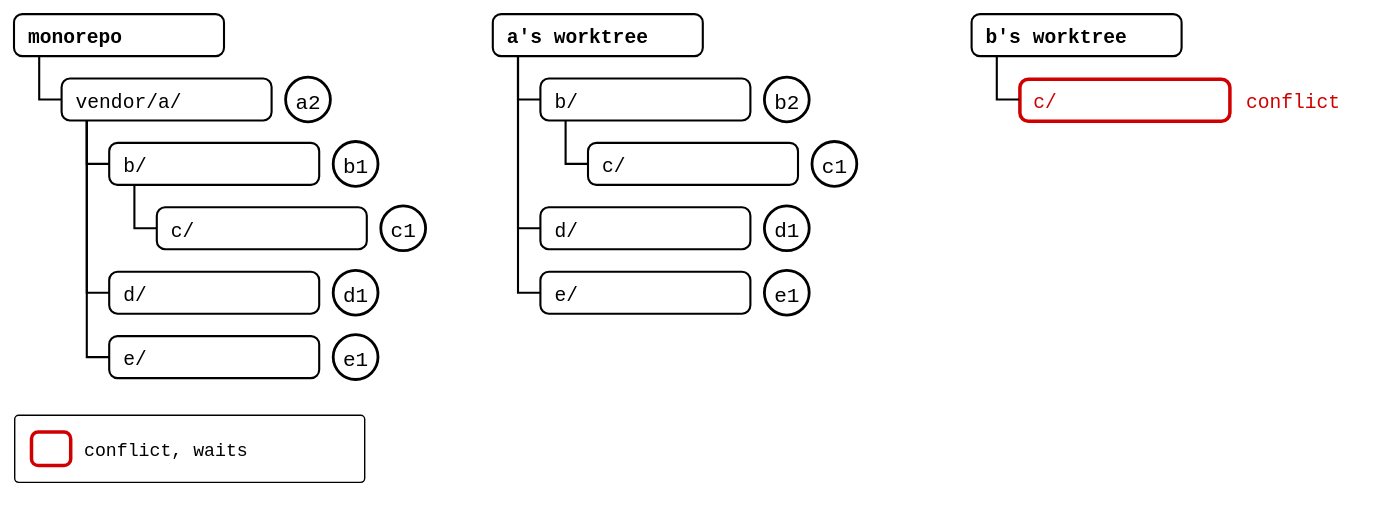
Before: docs/09-scenarios/05-nested-splices/05-recursive-pull/tree-c-conflicts.drawio.svg, a diagram exported from draw.io (roschaefer/git-splice). Source tidied: cells renumbered, new cells last; positions are measured from the earlier drawing's top-left corner, leaving out a move shared by most shapes. The source it was exported from:
```xml
<mxGraphModel background="#ffffff">
  <root>
    <mxCell id="0" />
    <mxCell id="1" parent="0" />
    <mxCell id="2" value="monorepo" style="rounded=1;arcSize=20;strokeWidth=1.5;fontSize=14;align=left;spacingLeft=8;fontFamily=Roboto Mono,monospace;fontStyle=1;" parent="1" vertex="1">
      <mxGeometry width="150" height="30" as="geometry" />
    </mxCell>
    <mxCell id="3" value="vendor/a/" style="rounded=1;arcSize=20;strokeWidth=1.5;fontSize=14;align=left;spacingLeft=8;fontFamily=Roboto Mono,monospace;" parent="1" vertex="1">
      <mxGeometry x="34" y="46" width="150" height="30" as="geometry" />
    </mxCell>
    <mxCell id="4" style="edgeStyle=orthogonalEdgeStyle;rounded=0;endArrow=none;html=1;strokeWidth=1.5;exitX=0.12;exitY=1;exitDx=0;exitDy=0;entryX=0;entryY=0.5;entryDx=0;entryDy=0;" parent="1" edge="1" source="2" target="3">
      <mxGeometry relative="1" as="geometry" />
    </mxCell>
    <mxCell id="5" value="a2" style="ellipse;strokeWidth=2;fontSize=15;fontFamily=Roboto Mono,monospace;" parent="1" vertex="1">
      <mxGeometry x="194" y="45" width="32" height="32" as="geometry" />
    </mxCell>
    <mxCell id="6" value="b/" style="rounded=1;arcSize=20;strokeWidth=1.5;fontSize=14;align=left;spacingLeft=8;fontFamily=Roboto Mono,monospace;" parent="1" vertex="1">
      <mxGeometry x="68" y="92" width="150" height="30" as="geometry" />
    </mxCell>
    <mxCell id="7" style="edgeStyle=orthogonalEdgeStyle;rounded=0;endArrow=none;html=1;strokeWidth=1.5;exitX=0.12;exitY=1;exitDx=0;exitDy=0;entryX=0;entryY=0.5;entryDx=0;entryDy=0;" parent="1" edge="1" source="3" target="6">
      <mxGeometry relative="1" as="geometry" />
    </mxCell>
    <mxCell id="8" value="b1" style="ellipse;strokeWidth=2;fontSize=15;fontFamily=Roboto Mono,monospace;" parent="1" vertex="1">
      <mxGeometry x="228" y="91" width="32" height="32" as="geometry" />
    </mxCell>
    <mxCell id="9" value="c/" style="rounded=1;arcSize=20;strokeWidth=1.5;fontSize=14;align=left;spacingLeft=8;fontFamily=Roboto Mono,monospace;" parent="1" vertex="1">
      <mxGeometry x="102" y="138" width="150" height="30" as="geometry" />
    </mxCell>
    <mxCell id="10" style="edgeStyle=orthogonalEdgeStyle;rounded=0;endArrow=none;html=1;strokeWidth=1.5;exitX=0.12;exitY=1;exitDx=0;exitDy=0;entryX=0;entryY=0.5;entryDx=0;entryDy=0;" parent="1" edge="1" source="6" target="9">
      <mxGeometry relative="1" as="geometry" />
    </mxCell>
    <mxCell id="11" value="c1" style="ellipse;strokeWidth=2;fontSize=15;fontFamily=Roboto Mono,monospace;" parent="1" vertex="1">
      <mxGeometry x="262" y="137" width="32" height="32" as="geometry" />
    </mxCell>
    <mxCell id="12" value="d/" style="rounded=1;arcSize=20;strokeWidth=1.5;fontSize=14;align=left;spacingLeft=8;fontFamily=Roboto Mono,monospace;" parent="1" vertex="1">
      <mxGeometry x="68" y="184" width="150" height="30" as="geometry" />
    </mxCell>
    <mxCell id="13" style="edgeStyle=orthogonalEdgeStyle;rounded=0;endArrow=none;html=1;strokeWidth=1.5;exitX=0.12;exitY=1;exitDx=0;exitDy=0;entryX=0;entryY=0.5;entryDx=0;entryDy=0;" parent="1" edge="1" source="3" target="12">
      <mxGeometry relative="1" as="geometry" />
    </mxCell>
    <mxCell id="14" value="d1" style="ellipse;strokeWidth=2;fontSize=15;fontFamily=Roboto Mono,monospace;" parent="1" vertex="1">
      <mxGeometry x="228" y="183" width="32" height="32" as="geometry" />
    </mxCell>
    <mxCell id="15" value="e/" style="rounded=1;arcSize=20;strokeWidth=1.5;fontSize=14;align=left;spacingLeft=8;fontFamily=Roboto Mono,monospace;" parent="1" vertex="1">
      <mxGeometry x="68" y="230" width="150" height="30" as="geometry" />
    </mxCell>
    <mxCell id="16" style="edgeStyle=orthogonalEdgeStyle;rounded=0;endArrow=none;html=1;strokeWidth=1.5;exitX=0.12;exitY=1;exitDx=0;exitDy=0;entryX=0;entryY=0.5;entryDx=0;entryDy=0;" parent="1" edge="1" source="3" target="15">
      <mxGeometry relative="1" as="geometry" />
    </mxCell>
    <mxCell id="17" value="e1" style="ellipse;strokeWidth=2;fontSize=15;fontFamily=Roboto Mono,monospace;" parent="1" vertex="1">
      <mxGeometry x="228" y="229" width="32" height="32" as="geometry" />
    </mxCell>
    <mxCell id="18" value="a's worktree" style="rounded=1;arcSize=20;strokeWidth=1.5;fontSize=14;align=left;spacingLeft=8;fontFamily=Roboto Mono,monospace;fontStyle=1;" parent="1" vertex="1">
      <mxGeometry x="342" width="150" height="30" as="geometry" />
    </mxCell>
    <mxCell id="19" value="b/" style="rounded=1;arcSize=20;strokeWidth=1.5;fontSize=14;align=left;spacingLeft=8;fontFamily=Roboto Mono,monospace;" parent="1" vertex="1">
      <mxGeometry x="376" y="46" width="150" height="30" as="geometry" />
    </mxCell>
    <mxCell id="20" style="edgeStyle=orthogonalEdgeStyle;rounded=0;endArrow=none;html=1;strokeWidth=1.5;exitX=0.12;exitY=1;exitDx=0;exitDy=0;entryX=0;entryY=0.5;entryDx=0;entryDy=0;" parent="1" edge="1" source="18" target="19">
      <mxGeometry relative="1" as="geometry" />
    </mxCell>
    <mxCell id="21" value="b2" style="ellipse;strokeWidth=2;fontSize=15;fontFamily=Roboto Mono,monospace;" parent="1" vertex="1">
      <mxGeometry x="536" y="45" width="32" height="32" as="geometry" />
    </mxCell>
    <mxCell id="22" value="c/" style="rounded=1;arcSize=20;strokeWidth=1.5;fontSize=14;align=left;spacingLeft=8;fontFamily=Roboto Mono,monospace;" parent="1" vertex="1">
      <mxGeometry x="410" y="92" width="150" height="30" as="geometry" />
    </mxCell>
    <mxCell id="23" style="edgeStyle=orthogonalEdgeStyle;rounded=0;endArrow=none;html=1;strokeWidth=1.5;exitX=0.12;exitY=1;exitDx=0;exitDy=0;entryX=0;entryY=0.5;entryDx=0;entryDy=0;" parent="1" edge="1" source="19" target="22">
      <mxGeometry relative="1" as="geometry" />
    </mxCell>
    <mxCell id="24" value="c1" style="ellipse;strokeWidth=2;fontSize=15;fontFamily=Roboto Mono,monospace;" parent="1" vertex="1">
      <mxGeometry x="570" y="91" width="32" height="32" as="geometry" />
    </mxCell>
    <mxCell id="25" value="d/" style="rounded=1;arcSize=20;strokeWidth=1.5;fontSize=14;align=left;spacingLeft=8;fontFamily=Roboto Mono,monospace;" parent="1" vertex="1">
      <mxGeometry x="376" y="138" width="150" height="30" as="geometry" />
    </mxCell>
    <mxCell id="26" style="edgeStyle=orthogonalEdgeStyle;rounded=0;endArrow=none;html=1;strokeWidth=1.5;exitX=0.12;exitY=1;exitDx=0;exitDy=0;entryX=0;entryY=0.5;entryDx=0;entryDy=0;" parent="1" edge="1" source="18" target="25">
      <mxGeometry relative="1" as="geometry" />
    </mxCell>
    <mxCell id="27" value="d1" style="ellipse;strokeWidth=2;fontSize=15;fontFamily=Roboto Mono,monospace;" parent="1" vertex="1">
      <mxGeometry x="536" y="137" width="32" height="32" as="geometry" />
    </mxCell>
    <mxCell id="28" value="e/" style="rounded=1;arcSize=20;strokeWidth=1.5;fontSize=14;align=left;spacingLeft=8;fontFamily=Roboto Mono,monospace;" parent="1" vertex="1">
      <mxGeometry x="376" y="184" width="150" height="30" as="geometry" />
    </mxCell>
    <mxCell id="29" style="edgeStyle=orthogonalEdgeStyle;rounded=0;endArrow=none;html=1;strokeWidth=1.5;exitX=0.12;exitY=1;exitDx=0;exitDy=0;entryX=0;entryY=0.5;entryDx=0;entryDy=0;" parent="1" edge="1" source="18" target="28">
      <mxGeometry relative="1" as="geometry" />
    </mxCell>
    <mxCell id="30" value="e1" style="ellipse;strokeWidth=2;fontSize=15;fontFamily=Roboto Mono,monospace;" parent="1" vertex="1">
      <mxGeometry x="536" y="183" width="32" height="32" as="geometry" />
    </mxCell>
    <mxCell id="31" value="b's worktree" style="rounded=1;arcSize=20;strokeWidth=1.5;fontSize=14;align=left;spacingLeft=8;fontFamily=Roboto Mono,monospace;fontStyle=1;" parent="1" vertex="1">
      <mxGeometry x="684" width="150" height="30" as="geometry" />
    </mxCell>
    <mxCell id="32" value="c/" style="rounded=1;arcSize=20;strokeWidth=1.5;fontSize=14;align=left;spacingLeft=8;fontFamily=Roboto Mono,monospace;strokeColor=#D00000;strokeWidth=2.5;fontColor=#D00000;" parent="1" vertex="1">
      <mxGeometry x="718" y="46" width="150" height="30" as="geometry" />
    </mxCell>
    <mxCell id="33" style="edgeStyle=orthogonalEdgeStyle;rounded=0;endArrow=none;html=1;strokeWidth=1.5;exitX=0.12;exitY=1;exitDx=0;exitDy=0;entryX=0;entryY=0.5;entryDx=0;entryDy=0;" parent="1" edge="1" source="31" target="32">
      <mxGeometry relative="1" as="geometry" />
    </mxCell>
    <mxCell id="34" value="conflict" style="text;fontSize=14;align=left;verticalAlign=middle;fontColor=#D00000;fontFamily=Roboto Mono,monospace;" parent="1" vertex="1">
      <mxGeometry x="878" y="46" width="90" height="30" as="geometry" />
    </mxCell>
    <mxCell id="35" style="rounded=1;arcSize=6;fillColor=none;strokeWidth=1;dashed=0;" parent="1" vertex="1">
      <mxGeometry y="286" width="250" height="48" as="geometry" />
    </mxCell>
    <mxCell id="36" style="rounded=1;arcSize=20;strokeWidth=2.5;strokeColor=#D00000;" parent="1" vertex="1">
      <mxGeometry x="12" y="298" width="28" height="24" as="geometry" />
    </mxCell>
    <mxCell id="37" value="conflict, waits" style="text;fontSize=13;align=left;verticalAlign=middle;fontFamily=Roboto Mono,monospace;" parent="1" vertex="1">
      <mxGeometry x="48" y="296" width="180" height="28" as="geometry" />
    </mxCell>
  </root>
</mxGraphModel>
```
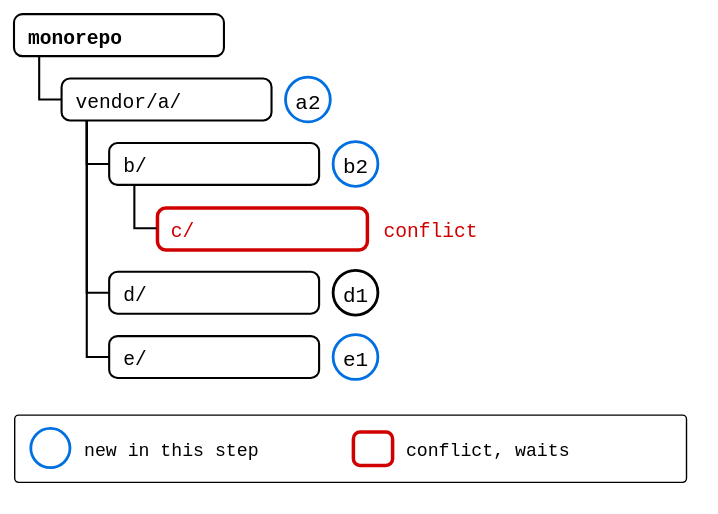
The same file after the commit.

What changed in the source:
```diff
@@ -11,7 +11,7 @@
     <mxCell id="4" style="edgeStyle=orthogonalEdgeStyle;rounded=0;endArrow=none;html=1;strokeWidth=1.5;exitX=0.12;exitY=1;exitDx=0;exitDy=0;entryX=0;entryY=0.5;entryDx=0;entryDy=0;" parent="1" edge="1" source="2" target="3">
       <mxGeometry relative="1" as="geometry" />
     </mxCell>
-    <mxCell id="5" value="a2" style="ellipse;strokeWidth=2;fontSize=15;fontFamily=Roboto Mono,monospace;" parent="1" vertex="1">
+    <mxCell id="5" value="a2" style="ellipse;strokeWidth=2;fontSize=15;fontFamily=Roboto Mono,monospace;strokeColor=#0070E0;" parent="1" vertex="1">
       <mxGeometry x="194" y="45" width="32" height="32" as="geometry" />
     </mxCell>
     <mxCell id="6" value="b/" style="rounded=1;arcSize=20;strokeWidth=1.5;fontSize=14;align=left;spacingLeft=8;fontFamily=Roboto Mono,monospace;" parent="1" vertex="1">
@@ -20,18 +20,18 @@
     <mxCell id="7" style="edgeStyle=orthogonalEdgeStyle;rounded=0;endArrow=none;html=1;strokeWidth=1.5;exitX=0.12;exitY=1;exitDx=0;exitDy=0;entryX=0;entryY=0.5;entryDx=0;entryDy=0;" parent="1" edge="1" source="3" target="6">
       <mxGeometry relative="1" as="geometry" />
     </mxCell>
-    <mxCell id="8" value="b1" style="ellipse;strokeWidth=2;fontSize=15;fontFamily=Roboto Mono,monospace;" parent="1" vertex="1">
+    <mxCell id="8" value="b2" style="ellipse;strokeWidth=2;fontSize=15;fontFamily=Roboto Mono,monospace;strokeColor=#0070E0;" parent="1" vertex="1">
       <mxGeometry x="228" y="91" width="32" height="32" as="geometry" />
     </mxCell>
-    <mxCell id="9" value="c/" style="rounded=1;arcSize=20;strokeWidth=1.5;fontSize=14;align=left;spacingLeft=8;fontFamily=Roboto Mono,monospace;" parent="1" vertex="1">
+    <mxCell id="9" value="c/" style="rounded=1;arcSize=20;strokeWidth=1.5;fontSize=14;align=left;spacingLeft=8;fontFamily=Roboto Mono,monospace;strokeColor=#D00000;strokeWidth=2.5;fontColor=#D00000;" parent="1" vertex="1">
       <mxGeometry x="102" y="138" width="150" height="30" as="geometry" />
     </mxCell>
     <mxCell id="10" style="edgeStyle=orthogonalEdgeStyle;rounded=0;endArrow=none;html=1;strokeWidth=1.5;exitX=0.12;exitY=1;exitDx=0;exitDy=0;entryX=0;entryY=0.5;entryDx=0;entryDy=0;" parent="1" edge="1" source="6" target="9">
       <mxGeometry relative="1" as="geometry" />
     </mxCell>
-    <mxCell id="11" value="c1" style="ellipse;strokeWidth=2;fontSize=15;fontFamily=Roboto Mono,monospace;" parent="1" vertex="1">
-      <mxGeometry x="262" y="137" width="32" height="32" as="geometry" />
-    </mxCell>
+    <mxCell id="34" value="conflict" style="text;fontSize=14;align=left;verticalAlign=middle;fontColor=#D00000;fontFamily=Roboto Mono,monospace;" parent="1" vertex="1">
+      <mxGeometry x="262" y="138" width="90" height="30" as="geometry" />
+    </mxCell>
     <mxCell id="12" value="d/" style="rounded=1;arcSize=20;strokeWidth=1.5;fontSize=14;align=left;spacingLeft=8;fontFamily=Roboto Mono,monospace;" parent="1" vertex="1">
       <mxGeometry x="68" y="184" width="150" height="30" as="geometry" />
     </mxCell>
@@ -47,68 +47,23 @@
     <mxCell id="16" style="edgeStyle=orthogonalEdgeStyle;rounded=0;endArrow=none;html=1;strokeWidth=1.5;exitX=0.12;exitY=1;exitDx=0;exitDy=0;entryX=0;entryY=0.5;entryDx=0;entryDy=0;" parent="1" edge="1" source="3" target="15">
       <mxGeometry relative="1" as="geometry" />
     </mxCell>
-    <mxCell id="17" value="e1" style="ellipse;strokeWidth=2;fontSize=15;fontFamily=Roboto Mono,monospace;" parent="1" vertex="1">
+    <mxCell id="17" value="e1" style="ellipse;strokeWidth=2;fontSize=15;fontFamily=Roboto Mono,monospace;strokeColor=#0070E0;" parent="1" vertex="1">
       <mxGeometry x="228" y="229" width="32" height="32" as="geometry" />
     </mxCell>
-    <mxCell id="18" value="a's worktree" style="rounded=1;arcSize=20;strokeWidth=1.5;fontSize=14;align=left;spacingLeft=8;fontFamily=Roboto Mono,monospace;fontStyle=1;" parent="1" vertex="1">
-      <mxGeometry x="342" width="150" height="30" as="geometry" />
-    </mxCell>
-    <mxCell id="19" value="b/" style="rounded=1;arcSize=20;strokeWidth=1.5;fontSize=14;align=left;spacingLeft=8;fontFamily=Roboto Mono,monospace;" parent="1" vertex="1">
-      <mxGeometry x="376" y="46" width="150" height="30" as="geometry" />
-    </mxCell>
-    <mxCell id="20" style="edgeStyle=orthogonalEdgeStyle;rounded=0;endArrow=none;html=1;strokeWidth=1.5;exitX=0.12;exitY=1;exitDx=0;exitDy=0;entryX=0;entryY=0.5;entryDx=0;entryDy=0;" parent="1" edge="1" source="18" target="19">
-      <mxGeometry relative="1" as="geometry" />
-    </mxCell>
-    <mxCell id="21" value="b2" style="ellipse;strokeWidth=2;fontSize=15;fontFamily=Roboto Mono,monospace;" parent="1" vertex="1">
-      <mxGeometry x="536" y="45" width="32" height="32" as="geometry" />
-    </mxCell>
-    <mxCell id="22" value="c/" style="rounded=1;arcSize=20;strokeWidth=1.5;fontSize=14;align=left;spacingLeft=8;fontFamily=Roboto Mono,monospace;" parent="1" vertex="1">
-      <mxGeometry x="410" y="92" width="150" height="30" as="geometry" />
-    </mxCell>
-    <mxCell id="23" style="edgeStyle=orthogonalEdgeStyle;rounded=0;endArrow=none;html=1;strokeWidth=1.5;exitX=0.12;exitY=1;exitDx=0;exitDy=0;entryX=0;entryY=0.5;entryDx=0;entryDy=0;" parent="1" edge="1" source="19" target="22">
-      <mxGeometry relative="1" as="geometry" />
-    </mxCell>
-    <mxCell id="24" value="c1" style="ellipse;strokeWidth=2;fontSize=15;fontFamily=Roboto Mono,monospace;" parent="1" vertex="1">
-      <mxGeometry x="570" y="91" width="32" height="32" as="geometry" />
-    </mxCell>
-    <mxCell id="25" value="d/" style="rounded=1;arcSize=20;strokeWidth=1.5;fontSize=14;align=left;spacingLeft=8;fontFamily=Roboto Mono,monospace;" parent="1" vertex="1">
-      <mxGeometry x="376" y="138" width="150" height="30" as="geometry" />
-    </mxCell>
-    <mxCell id="26" style="edgeStyle=orthogonalEdgeStyle;rounded=0;endArrow=none;html=1;strokeWidth=1.5;exitX=0.12;exitY=1;exitDx=0;exitDy=0;entryX=0;entryY=0.5;entryDx=0;entryDy=0;" parent="1" edge="1" source="18" target="25">
-      <mxGeometry relative="1" as="geometry" />
-    </mxCell>
-    <mxCell id="27" value="d1" style="ellipse;strokeWidth=2;fontSize=15;fontFamily=Roboto Mono,monospace;" parent="1" vertex="1">
-      <mxGeometry x="536" y="137" width="32" height="32" as="geometry" />
-    </mxCell>
-    <mxCell id="28" value="e/" style="rounded=1;arcSize=20;strokeWidth=1.5;fontSize=14;align=left;spacingLeft=8;fontFamily=Roboto Mono,monospace;" parent="1" vertex="1">
-      <mxGeometry x="376" y="184" width="150" height="30" as="geometry" />
-    </mxCell>
-    <mxCell id="29" style="edgeStyle=orthogonalEdgeStyle;rounded=0;endArrow=none;html=1;strokeWidth=1.5;exitX=0.12;exitY=1;exitDx=0;exitDy=0;entryX=0;entryY=0.5;entryDx=0;entryDy=0;" parent="1" edge="1" source="18" target="28">
-      <mxGeometry relative="1" as="geometry" />
-    </mxCell>
-    <mxCell id="30" value="e1" style="ellipse;strokeWidth=2;fontSize=15;fontFamily=Roboto Mono,monospace;" parent="1" vertex="1">
-      <mxGeometry x="536" y="183" width="32" height="32" as="geometry" />
-    </mxCell>
-    <mxCell id="31" value="b's worktree" style="rounded=1;arcSize=20;strokeWidth=1.5;fontSize=14;align=left;spacingLeft=8;fontFamily=Roboto Mono,monospace;fontStyle=1;" parent="1" vertex="1">
-      <mxGeometry x="684" width="150" height="30" as="geometry" />
-    </mxCell>
-    <mxCell id="32" value="c/" style="rounded=1;arcSize=20;strokeWidth=1.5;fontSize=14;align=left;spacingLeft=8;fontFamily=Roboto Mono,monospace;strokeColor=#D00000;strokeWidth=2.5;fontColor=#D00000;" parent="1" vertex="1">
-      <mxGeometry x="718" y="46" width="150" height="30" as="geometry" />
-    </mxCell>
-    <mxCell id="33" style="edgeStyle=orthogonalEdgeStyle;rounded=0;endArrow=none;html=1;strokeWidth=1.5;exitX=0.12;exitY=1;exitDx=0;exitDy=0;entryX=0;entryY=0.5;entryDx=0;entryDy=0;" parent="1" edge="1" source="31" target="32">
-      <mxGeometry relative="1" as="geometry" />
-    </mxCell>
-    <mxCell id="34" value="conflict" style="text;fontSize=14;align=left;verticalAlign=middle;fontColor=#D00000;fontFamily=Roboto Mono,monospace;" parent="1" vertex="1">
-      <mxGeometry x="878" y="46" width="90" height="30" as="geometry" />
-    </mxCell>
-    <mxCell id="35" style="rounded=1;arcSize=6;fillColor=none;strokeWidth=1;dashed=0;" parent="1" vertex="1">
-      <mxGeometry y="286" width="250" height="48" as="geometry" />
-    </mxCell>
-    <mxCell id="36" style="rounded=1;arcSize=20;strokeWidth=2.5;strokeColor=#D00000;" parent="1" vertex="1">
-      <mxGeometry x="12" y="298" width="28" height="24" as="geometry" />
-    </mxCell>
+    <mxCell id="38" style="rounded=1;arcSize=6;fillColor=none;strokeWidth=1;dashed=0;" parent="1" vertex="1">
+      <mxGeometry y="286" width="480" height="48" as="geometry" />
+    </mxCell>
+    <mxCell id="39" style="ellipse;strokeWidth=2;strokeColor=#0070E0;" parent="1" vertex="1">
+      <mxGeometry x="12" y="296" width="28" height="28" as="geometry" />
+    </mxCell>
+    <mxCell id="40" value="new in this step" style="text;fontSize=13;align=left;verticalAlign=middle;fontFamily=Roboto Mono,monospace;" parent="1" vertex="1">
+      <mxGeometry x="48" y="296" width="180" height="28" as="geometry" />
+    </mxCell>
+    <mxCell id="41" style="rounded=1;arcSize=20;strokeWidth=2.5;strokeColor=#D00000;" parent="1" vertex="1">
+      <mxGeometry x="242" y="298" width="28" height="24" as="geometry" />
+    </mxCell>
     <mxCell id="37" value="conflict, waits" style="text;fontSize=13;align=left;verticalAlign=middle;fontFamily=Roboto Mono,monospace;" parent="1" vertex="1">
-      <mxGeometry x="48" y="296" width="180" height="28" as="geometry" />
+      <mxGeometry x="278" y="296" width="180" height="28" as="geometry" />
     </mxCell>
   </root>
 </mxGraphModel>
```
